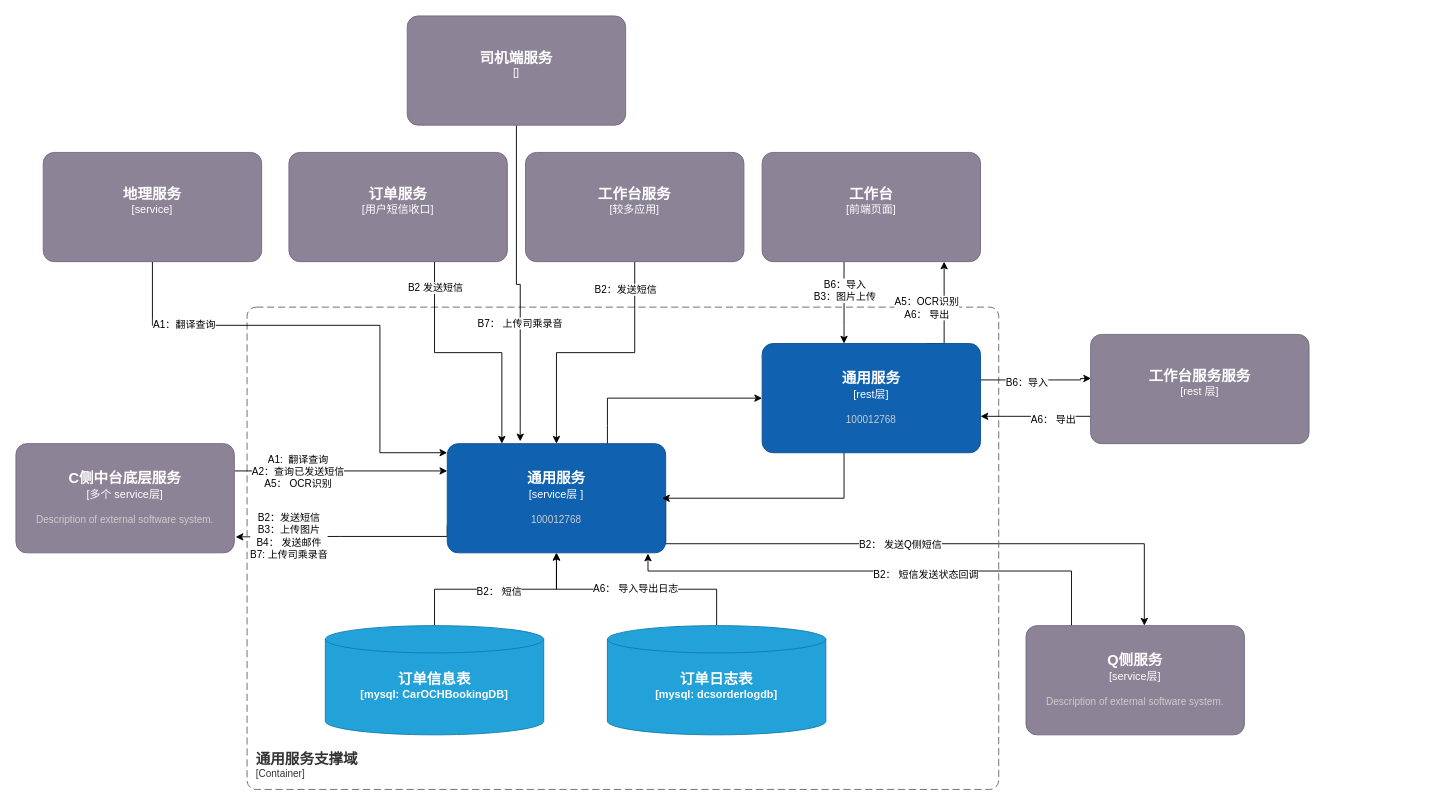
Above: page "通用服务" (5 of 5) of Trip上云.drawio in leonwcy/test (draw.io), before the change. Source tidied: cells renumbered, new cells numbered last; positions are measured from the earlier drawing's top-left corner, leaving out a move shared by most shapes. Both pictures are drawn from the tidied source at 91%, with x=0, y=0 at pixel (15, 15).
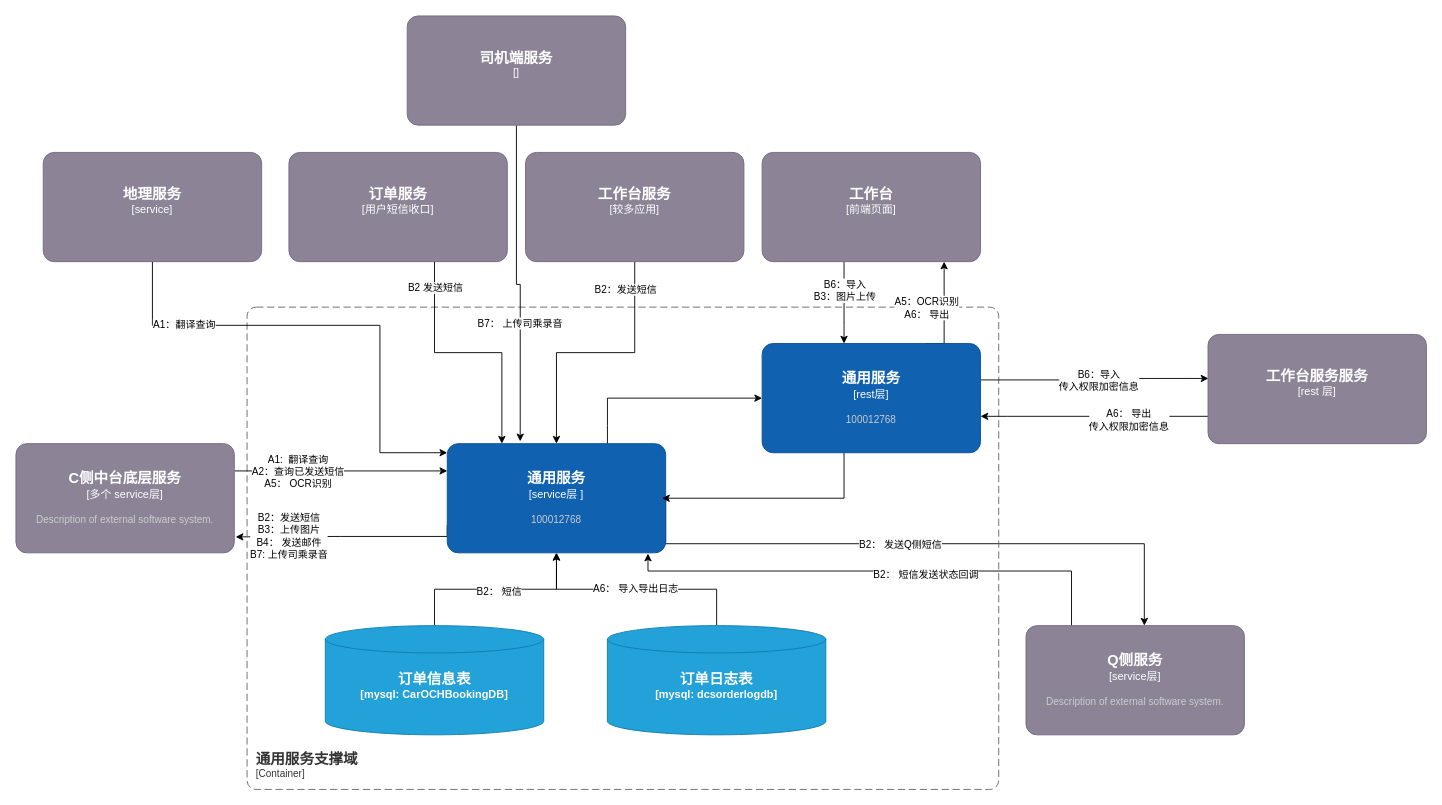
Above is the later version.

Unchanged cells that the change refers to:
```xml
<mxCell id="11" style="edgeStyle=orthogonalEdgeStyle;rounded=0;jettySize=auto;html=1;entryX=0.002;entryY=0.403;entryDx=0;entryDy=0;entryPerimeter=0;" parent="1" edge="1" target="31">
  <mxGeometry relative="1" as="geometry">
    <mxPoint x="1060" y="400" as="sourcePoint" />
    <Array as="points">
      <mxPoint x="1170" y="400" />
      <mxPoint x="1170" y="398" />
    </Array>
  </mxGeometry>
</mxCell>
<mxCell id="29" style="edgeStyle=orthogonalEdgeStyle;rounded=0;jettySize=auto;html=1;" parent="1" edge="1" source="31" target="13">
  <mxGeometry relative="1" as="geometry">
    <Array as="points">
      <mxPoint x="1090" y="440" />
      <mxPoint x="1090" y="440" />
    </Array>
  </mxGeometry>
</mxCell>
```

Change to the diagram source:
```diff
@@
-    <mxCell id="12" value="B6：导入" style="edgeLabel;html=1;align=center;verticalAlign=middle;" parent="11" vertex="1">
+    <mxCell id="12" value="B6：导入&lt;br&gt;传入权限加密信息" style="edgeLabel;html=1;align=center;verticalAlign=middle;" parent="11" vertex="1">
       <mxGeometry x="0.26" y="1" relative="1" as="geometry">
         <mxPoint x="-28" y="3" as="offset" />
       </mxGeometry>
     </mxCell>
@@
-    <mxCell id="30" value="A6： 导出" style="edgeLabel;html=1;align=center;verticalAlign=middle;" parent="29" vertex="1">
+    <mxCell id="30" value="A6： 导出&lt;br&gt;传入权限加密信息" style="edgeLabel;html=1;align=center;verticalAlign=middle;" parent="29" vertex="1">
       <mxGeometry x="-0.3" y="3" relative="1" as="geometry" />
     </mxCell>
     <object id="31" label="&lt;font style=&quot;font-size: 16px&quot;&gt;&lt;b&gt;%c4Name%&lt;/b&gt;&lt;/font&gt;&lt;div&gt;[%c4Type%]&lt;/div&gt;&lt;br&gt;&lt;div&gt;&lt;font style=&quot;font-size: 11px&quot;&gt;&lt;font color=&quot;#cccccc&quot;&gt;%c4Description%&lt;/font&gt;&lt;/div&gt;" c4Description="" c4Name="工作台服务服务" c4Type="rest 层" placeholders="1">
       <mxCell style="rounded=1;whiteSpace=wrap;html=1;labelBackgroundColor=none;fillColor=#8C8496;fontColor=#ffffff;align=center;arcSize=10;strokeColor=#736782;points=[[0.25,0,0],[0.5,0,0],[0.75,0,0],[1,0.25,0],[1,0.5,0],[1,0.75,0],[0.75,1,0],[0.5,1,0],[0.25,1,0],[0,0.75,0],[0,0.5,0],[0,0.25,0]];" parent="1" vertex="1">
-        <mxGeometry x="1181" y="350" width="240" height="120" as="geometry" />
+        <mxGeometry x="1310" y="350" width="240" height="120" as="geometry" />
       </mxCell>
     </object>
```
